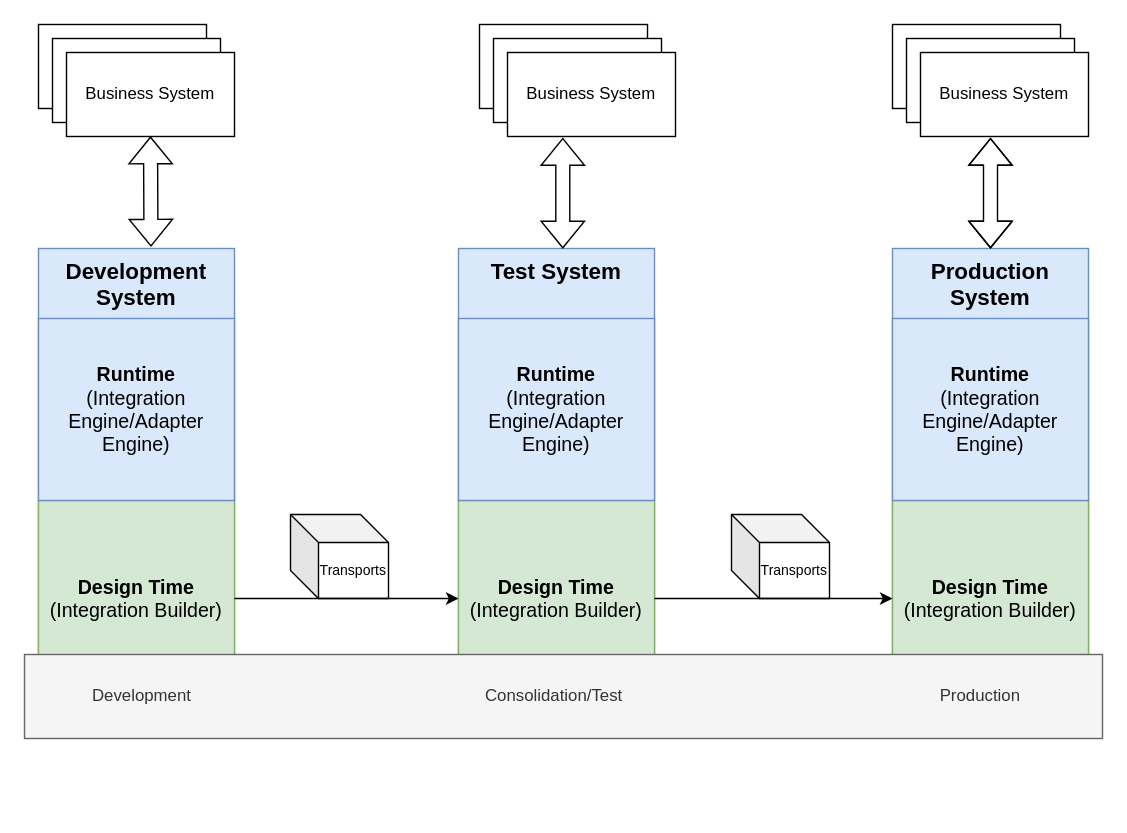
The draw.io diagram PO 3 tier-1.drawio in jklingelhoefer/sap-btp-diagrams, before the edit. Source tidied: cells renumbered, new cells numbered last; positions are measured from the earlier drawing's top-left corner, leaving out a move shared by most shapes. Both pictures are drawn from the tidied source at 140%, with x=0, y=0 at pixel (24, 24).
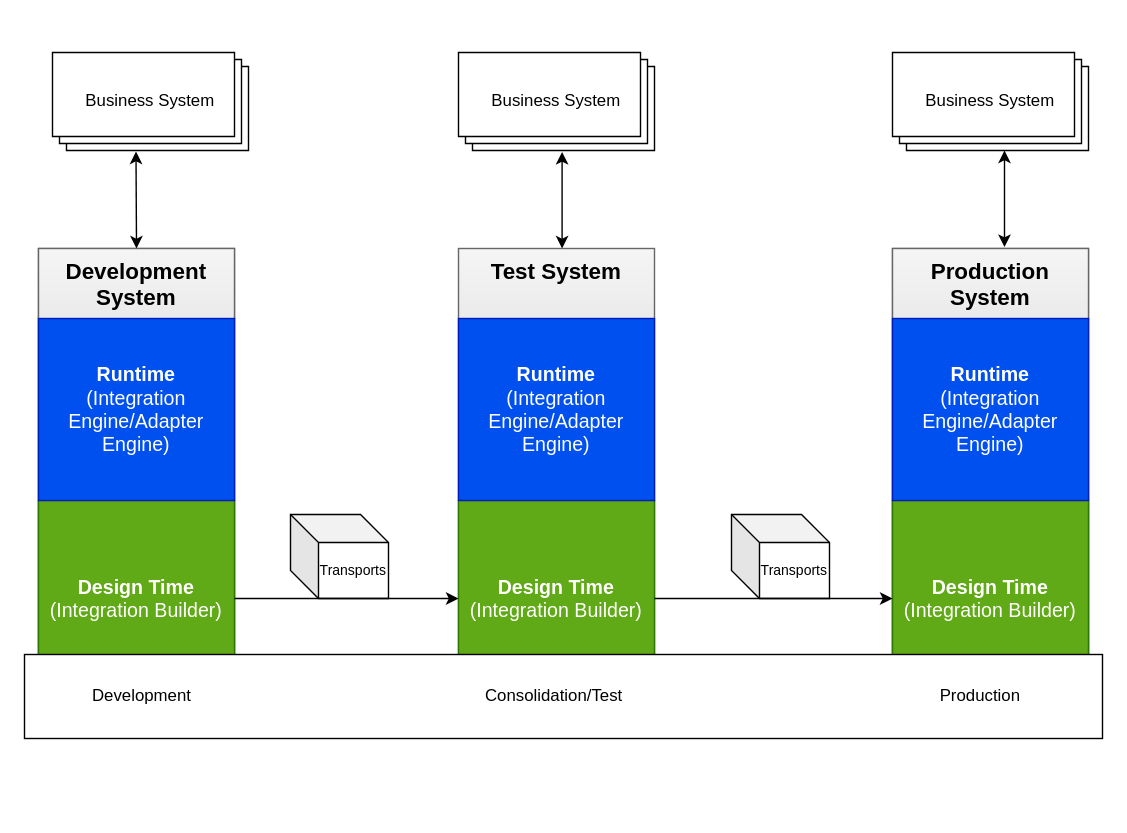
The same page after the edit.

Unchanged cells that the change refers to:
```xml
<mxCell id="2" style="group;" parent="1" vertex="1">
  <mxGeometry width="770" height="560" as="geometry" />
</mxCell>
<mxCell id="7" style="group;" parent="2" vertex="1">
  <mxGeometry x="310" y="160" width="460" height="400" as="geometry" />
</mxCell>
```

The edit, as a diff of the source:
```diff
@@
-    <mxCell id="3" style="group;" parent="2" vertex="1">
+    <mxCell id="3" style="group;fillColor=#f5f5f5;gradientColor=#b3b3b3;strokeColor=#666666;" parent="2" vertex="1">
       <mxGeometry x="620" y="160" width="140" height="320" as="geometry" />
     </mxCell>
-    <mxCell id="4" value="&lt;div style=&quot;&quot;&gt;&lt;font style=&quot;font-size: 16px;&quot;&gt;Production System&lt;/font&gt;&lt;/div&gt;" style="rounded=0;whiteSpace=wrap;html=1;verticalAlign=top;fillColor=#dae8fc;strokeColor=#6c8ebf;fontSize=14;fontStyle=1;" parent="3" vertex="1">
+    <mxCell id="4" value="&lt;div style=&quot;&quot;&gt;&lt;font style=&quot;font-size: 16px;&quot;&gt;Production System&lt;/font&gt;&lt;/div&gt;" style="rounded=0;whiteSpace=wrap;html=1;verticalAlign=top;fillColor=#f5f5f5;strokeColor=#666666;fontSize=14;fontStyle=1;gradientColor=#b3b3b3;" parent="3" vertex="1">
       <mxGeometry width="140" height="320" as="geometry" />
     </mxCell>
-    <mxCell id="5" value="&lt;b&gt;Design Time&lt;/b&gt;&lt;div style=&quot;font-size: 14px;&quot;&gt;(Integration Builder)&lt;/div&gt;" style="rounded=0;whiteSpace=wrap;html=1;fillColor=#d5e8d4;strokeColor=#82b366;fontSize=14;" parent="3" vertex="1">
+    <mxCell id="5" value="&lt;b&gt;Design Time&lt;/b&gt;&lt;div style=&quot;font-size: 14px;&quot;&gt;(Integration Builder)&lt;/div&gt;" style="rounded=0;whiteSpace=wrap;html=1;fillColor=#60a917;strokeColor=#2D7600;fontSize=14;fontColor=#ffffff;" parent="3" vertex="1">
       <mxGeometry y="180" width="140" height="140" as="geometry" />
     </mxCell>
-    <mxCell id="6" value="&lt;font style=&quot;font-size: 14px;&quot;&gt;&lt;b&gt;Runtime&lt;/b&gt;&lt;/font&gt;&lt;div style=&quot;font-size: 14px;&quot;&gt;&lt;font style=&quot;font-size: 14px;&quot;&gt;(Integration Engine/Adapter Engine)&lt;/font&gt;&lt;/div&gt;" style="rounded=0;whiteSpace=wrap;html=1;fillColor=#dae8fc;strokeColor=#6c8ebf;" parent="3" vertex="1">
+    <mxCell id="6" value="&lt;font style=&quot;font-size: 14px;&quot;&gt;&lt;b&gt;Runtime&lt;/b&gt;&lt;/font&gt;&lt;div style=&quot;font-size: 14px;&quot;&gt;&lt;font style=&quot;font-size: 14px;&quot;&gt;(Integration Engine/Adapter Engine)&lt;/font&gt;&lt;/div&gt;" style="rounded=0;whiteSpace=wrap;html=1;fillColor=#0050ef;strokeColor=#001DBC;fontColor=#ffffff;" parent="3" vertex="1">
       <mxGeometry y="50" width="140" height="130" as="geometry" />
     </mxCell>
@@
-    <mxCell id="8" value="&lt;div style=&quot;&quot;&gt;&lt;font style=&quot;font-size: 16px;&quot;&gt;Test System&lt;/font&gt;&lt;/div&gt;" style="rounded=0;whiteSpace=wrap;html=1;verticalAlign=top;fillColor=#dae8fc;strokeColor=#6c8ebf;fontSize=14;fontStyle=1;" parent="7" vertex="1">
+    <mxCell id="8" value="&lt;div style=&quot;&quot;&gt;&lt;font style=&quot;font-size: 16px;&quot;&gt;Test System&lt;/font&gt;&lt;/div&gt;" style="rounded=0;whiteSpace=wrap;html=1;verticalAlign=top;fillColor=#f5f5f5;strokeColor=#666666;fontSize=14;fontStyle=1;gradientColor=#b3b3b3;" parent="7" vertex="1">
       <mxGeometry width="140" height="320" as="geometry" />
     </mxCell>
-    <mxCell id="9" value="&lt;b&gt;Design Time&lt;/b&gt;&lt;div style=&quot;font-size: 14px;&quot;&gt;(Integration Builder)&lt;/div&gt;" style="rounded=0;whiteSpace=wrap;html=1;fillColor=#d5e8d4;strokeColor=#82b366;fontSize=14;" parent="7" vertex="1">
+    <mxCell id="9" value="&lt;b&gt;Design Time&lt;/b&gt;&lt;div style=&quot;font-size: 14px;&quot;&gt;(Integration Builder)&lt;/div&gt;" style="rounded=0;whiteSpace=wrap;html=1;fillColor=#60a917;strokeColor=#2D7600;fontSize=14;fontColor=#ffffff;" parent="7" vertex="1">
       <mxGeometry y="180" width="140" height="140" as="geometry" />
     </mxCell>
-    <mxCell id="10" value="&lt;font style=&quot;font-size: 14px;&quot;&gt;&lt;b&gt;Runtime&lt;/b&gt;&lt;/font&gt;&lt;div style=&quot;font-size: 14px;&quot;&gt;&lt;font style=&quot;font-size: 14px;&quot;&gt;(Integration Engine/Adapter Engine)&lt;/font&gt;&lt;/div&gt;" style="rounded=0;whiteSpace=wrap;html=1;fillColor=#dae8fc;strokeColor=#6c8ebf;" parent="7" vertex="1">
+    <mxCell id="10" value="&lt;font style=&quot;font-size: 14px;&quot;&gt;&lt;b&gt;Runtime&lt;/b&gt;&lt;/font&gt;&lt;div style=&quot;font-size: 14px;&quot;&gt;&lt;font style=&quot;font-size: 14px;&quot;&gt;(Integration Engine/Adapter Engine)&lt;/font&gt;&lt;/div&gt;" style="rounded=0;whiteSpace=wrap;html=1;fillColor=#0050ef;strokeColor=#001DBC;fontColor=#ffffff;" parent="7" vertex="1">
       <mxGeometry y="50" width="140" height="130" as="geometry" />
     </mxCell>
@@
-    <mxCell id="13" style="group;" parent="2" vertex="1">
+    <mxCell id="13" style="group;fillColor=#f5f5f5;strokeColor=#666666;gradientColor=#b3b3b3;" parent="2" vertex="1">
       <mxGeometry x="10" y="160" width="140" height="320" as="geometry" />
     </mxCell>
-    <mxCell id="14" value="&lt;div style=&quot;&quot;&gt;&lt;font style=&quot;font-size: 16px;&quot;&gt;Development System&lt;/font&gt;&lt;/div&gt;" style="rounded=0;whiteSpace=wrap;html=1;verticalAlign=top;fillColor=#dae8fc;strokeColor=#6c8ebf;fontSize=14;fontStyle=1;" parent="13" vertex="1">
+    <mxCell id="14" value="&lt;div style=&quot;&quot;&gt;&lt;font style=&quot;font-size: 16px;&quot;&gt;Development System&lt;/font&gt;&lt;/div&gt;" style="rounded=0;whiteSpace=wrap;html=1;verticalAlign=top;fillColor=#f5f5f5;strokeColor=#666666;fontSize=14;fontStyle=1;gradientColor=#b3b3b3;" parent="13" vertex="1">
       <mxGeometry width="140" height="320" as="geometry" />
     </mxCell>
-    <mxCell id="15" value="&lt;b&gt;Design Time&lt;/b&gt;&lt;div style=&quot;font-size: 14px;&quot;&gt;(Integration Builder)&lt;/div&gt;" style="rounded=0;whiteSpace=wrap;html=1;fillColor=#d5e8d4;strokeColor=#82b366;fontSize=14;" parent="13" vertex="1">
+    <mxCell id="15" value="&lt;b&gt;Design Time&lt;/b&gt;&lt;div style=&quot;font-size: 14px;&quot;&gt;(Integration Builder)&lt;/div&gt;" style="rounded=0;whiteSpace=wrap;html=1;fillColor=#60a917;strokeColor=#2D7600;fontSize=14;fontColor=#ffffff;" parent="13" vertex="1">
       <mxGeometry y="180" width="140" height="140" as="geometry" />
     </mxCell>
-    <mxCell id="16" value="&lt;font style=&quot;font-size: 14px;&quot;&gt;&lt;b&gt;Runtime&lt;/b&gt;&lt;/font&gt;&lt;div style=&quot;font-size: 14px;&quot;&gt;&lt;font style=&quot;font-size: 14px;&quot;&gt;(Integration Engine/Adapter Engine)&lt;/font&gt;&lt;/div&gt;" style="rounded=0;whiteSpace=wrap;html=1;fillColor=#dae8fc;strokeColor=#6c8ebf;" parent="13" vertex="1">
+    <mxCell id="16" value="&lt;font style=&quot;font-size: 14px;&quot;&gt;&lt;b&gt;Runtime&lt;/b&gt;&lt;/font&gt;&lt;div style=&quot;font-size: 14px;&quot;&gt;&lt;font style=&quot;font-size: 14px;&quot;&gt;(Integration Engine/Adapter Engine)&lt;/font&gt;&lt;/div&gt;" style="rounded=0;whiteSpace=wrap;html=1;fillColor=#0050ef;strokeColor=#001DBC;fontColor=#ffffff;" parent="13" vertex="1">
       <mxGeometry y="50" width="140" height="130" as="geometry" />
     </mxCell>
-    <mxCell id="17" value="&amp;nbsp; &amp;nbsp; &amp;nbsp; &amp;nbsp; &amp;nbsp; &amp;nbsp; &amp;nbsp; Development&amp;nbsp; &amp;nbsp; &amp;nbsp; &amp;nbsp; &amp;nbsp; &amp;nbsp; &amp;nbsp; &amp;nbsp; &amp;nbsp; &amp;nbsp; &amp;nbsp; &amp;nbsp; &amp;nbsp; &amp;nbsp; &amp;nbsp; &amp;nbsp; &amp;nbsp; &amp;nbsp; &amp;nbsp; &amp;nbsp; &amp;nbsp; &amp;nbsp; &amp;nbsp; &amp;nbsp; &amp;nbsp; &amp;nbsp; &amp;nbsp; &amp;nbsp; &amp;nbsp; &amp;nbsp; &amp;nbsp; &amp;nbsp;Consolidation/Test&amp;nbsp; &amp;nbsp; &amp;nbsp; &amp;nbsp; &amp;nbsp; &amp;nbsp; &amp;nbsp; &amp;nbsp; &amp;nbsp; &amp;nbsp; &amp;nbsp; &amp;nbsp; &amp;nbsp; &amp;nbsp; &amp;nbsp; &amp;nbsp; &amp;nbsp; &amp;nbsp; &amp;nbsp; &amp;nbsp; &amp;nbsp; &amp;nbsp; &amp;nbsp; &amp;nbsp; &amp;nbsp; &amp;nbsp; &amp;nbsp; &amp;nbsp; &amp;nbsp; &amp;nbsp; &amp;nbsp; &amp;nbsp; &amp;nbsp; &amp;nbsp; Production" style="rounded=0;whiteSpace=wrap;html=1;align=left;fillColor=#f5f5f5;strokeColor=#666666;fontColor=#333333;" parent="2" vertex="1">
+    <mxCell id="17" value="&amp;nbsp; &amp;nbsp; &amp;nbsp; &amp;nbsp; &amp;nbsp; &amp;nbsp; &amp;nbsp; Development&amp;nbsp; &amp;nbsp; &amp;nbsp; &amp;nbsp; &amp;nbsp; &amp;nbsp; &amp;nbsp; &amp;nbsp; &amp;nbsp; &amp;nbsp; &amp;nbsp; &amp;nbsp; &amp;nbsp; &amp;nbsp; &amp;nbsp; &amp;nbsp; &amp;nbsp; &amp;nbsp; &amp;nbsp; &amp;nbsp; &amp;nbsp; &amp;nbsp; &amp;nbsp; &amp;nbsp; &amp;nbsp; &amp;nbsp; &amp;nbsp; &amp;nbsp; &amp;nbsp; &amp;nbsp; &amp;nbsp; &amp;nbsp;Consolidation/Test&amp;nbsp; &amp;nbsp; &amp;nbsp; &amp;nbsp; &amp;nbsp; &amp;nbsp; &amp;nbsp; &amp;nbsp; &amp;nbsp; &amp;nbsp; &amp;nbsp; &amp;nbsp; &amp;nbsp; &amp;nbsp; &amp;nbsp; &amp;nbsp; &amp;nbsp; &amp;nbsp; &amp;nbsp; &amp;nbsp; &amp;nbsp; &amp;nbsp; &amp;nbsp; &amp;nbsp; &amp;nbsp; &amp;nbsp; &amp;nbsp; &amp;nbsp; &amp;nbsp; &amp;nbsp; &amp;nbsp; &amp;nbsp; &amp;nbsp; &amp;nbsp; Production" style="rounded=0;whiteSpace=wrap;html=1;align=left;" parent="2" vertex="1">
       <mxGeometry y="450" width="770" height="60" as="geometry" />
     </mxCell>
-    <mxCell id="18" style="group;" parent="2" vertex="1">
-      <mxGeometry x="620" width="140" height="80" as="geometry" />
-    </mxCell>
-    <mxCell id="19" style="rounded=0;whiteSpace=wrap;html=1;" parent="18" vertex="1">
-      <mxGeometry width="120" height="60" as="geometry" />
-    </mxCell>
-    <mxCell id="20" style="rounded=0;whiteSpace=wrap;html=1;" parent="18" vertex="1">
-      <mxGeometry x="10" y="10" width="120" height="60" as="geometry" />
-    </mxCell>
-    <mxCell id="21" value="Business System" style="rounded=0;whiteSpace=wrap;html=1;" parent="18" vertex="1">
-      <mxGeometry x="20" y="20" width="120" height="60" as="geometry" />
-    </mxCell>
-    <mxCell id="22" style="group;" parent="2" vertex="1">
-      <mxGeometry x="10" width="140" height="80" as="geometry" />
-    </mxCell>
-    <mxCell id="23" style="rounded=0;whiteSpace=wrap;html=1;" parent="22" vertex="1">
-      <mxGeometry width="120" height="60" as="geometry" />
-    </mxCell>
-    <mxCell id="24" style="rounded=0;whiteSpace=wrap;html=1;" parent="22" vertex="1">
-      <mxGeometry x="10" y="10" width="120" height="60" as="geometry" />
-    </mxCell>
-    <mxCell id="25" value="Business System" style="rounded=0;whiteSpace=wrap;html=1;" parent="22" vertex="1">
-      <mxGeometry x="20" y="20" width="120" height="60" as="geometry" />
-    </mxCell>
-    <mxCell id="26" style="group;" parent="2" vertex="1">
-      <mxGeometry x="325" width="140" height="80" as="geometry" />
-    </mxCell>
-    <mxCell id="27" style="rounded=0;whiteSpace=wrap;html=1;" parent="26" vertex="1">
-      <mxGeometry width="120" height="60" as="geometry" />
-    </mxCell>
-    <mxCell id="28" style="rounded=0;whiteSpace=wrap;html=1;" parent="26" vertex="1">
-      <mxGeometry x="10" y="10" width="120" height="60" as="geometry" />
-    </mxCell>
-    <mxCell id="29" value="Business System" style="rounded=0;whiteSpace=wrap;html=1;" parent="26" vertex="1">
-      <mxGeometry x="20" y="20" width="120" height="60" as="geometry" />
-    </mxCell>
@@
-    <mxCell id="32" style="shape=flexArrow;endArrow=classic;startArrow=classic;html=1;rounded=0;exitX=0.574;exitY=-0.004;exitDx=0;exitDy=0;exitPerimeter=0;" parent="2" edge="1" source="14">
-      <mxGeometry relative="1" as="geometry">
-        <mxPoint x="90" y="80" as="targetPoint" />
-      </mxGeometry>
-    </mxCell>
-    <mxCell id="33" style="shape=flexArrow;endArrow=classic;startArrow=classic;html=1;rounded=0;exitX=0.574;exitY=-0.004;exitDx=0;exitDy=0;exitPerimeter=0;" parent="2" edge="1">
-      <mxGeometry relative="1" as="geometry">
-        <mxPoint x="384.5" y="160" as="sourcePoint" />
-        <mxPoint x="384.5" y="81" as="targetPoint" />
-      </mxGeometry>
-    </mxCell>
-    <mxCell id="34" style="shape=flexArrow;endArrow=classic;startArrow=classic;html=1;rounded=0;exitX=0.574;exitY=-0.004;exitDx=0;exitDy=0;exitPerimeter=0;" parent="2" edge="1">
-      <mxGeometry relative="1" as="geometry">
-        <mxPoint x="690" y="160" as="sourcePoint" />
-        <mxPoint x="690" y="81" as="targetPoint" />
-        <Array as="points">
-          <mxPoint x="690" y="121" />
-        </Array>
-      </mxGeometry>
-    </mxCell>
+    <mxCell id="35" style="group;" parent="2" vertex="1">
+      <mxGeometry x="20" y="20" width="140" height="70" as="geometry" />
+    </mxCell>
+    <mxCell id="36" value="Business System" style="verticalLabelPosition=middle;verticalAlign=middle;html=1;shape=mxgraph.basic.layered_rect;dx=10;outlineConnect=0;whiteSpace=wrap;labelPosition=center;align=center;" parent="35" vertex="1">
+      <mxGeometry width="140" height="70" as="geometry" />
+    </mxCell>
+    <mxCell id="37" style="endArrow=classic;startArrow=classic;html=1;rounded=0;exitX=0.5;exitY=0;exitDx=0;exitDy=0;entryX=0.426;entryY=1.011;entryDx=0;entryDy=0;entryPerimeter=0;" parent="35" edge="1" source="14" target="36">
+      <mxGeometry relative="1" as="geometry" />
+    </mxCell>
+    <mxCell id="38" value="Business System" style="verticalLabelPosition=middle;verticalAlign=middle;html=1;shape=mxgraph.basic.layered_rect;dx=10;whiteSpace=wrap;labelPosition=center;align=center;" parent="2" vertex="1">
+      <mxGeometry x="310" y="20" width="140" height="70" as="geometry" />
+    </mxCell>
+    <mxCell id="39" value="Business System" style="verticalLabelPosition=middle;verticalAlign=middle;html=1;shape=mxgraph.basic.layered_rect;dx=10;whiteSpace=wrap;labelPosition=center;align=center;" parent="2" vertex="1">
+      <mxGeometry x="620" y="20" width="140" height="70" as="geometry" />
+    </mxCell>
+    <mxCell id="40" style="endArrow=classic;startArrow=classic;html=1;rounded=0;exitX=0.5;exitY=0;exitDx=0;exitDy=0;entryX=0.426;entryY=1.011;entryDx=0;entryDy=0;entryPerimeter=0;" parent="2" edge="1">
+      <mxGeometry relative="1" as="geometry">
+        <mxPoint x="384" y="160" as="sourcePoint" />
+        <mxPoint x="384" y="91" as="targetPoint" />
+      </mxGeometry>
+    </mxCell>
+    <mxCell id="41" style="endArrow=classic;startArrow=classic;html=1;rounded=0;exitX=0.5;exitY=0;exitDx=0;exitDy=0;entryX=0.426;entryY=1.011;entryDx=0;entryDy=0;entryPerimeter=0;" parent="2" edge="1">
+      <mxGeometry relative="1" as="geometry">
+        <mxPoint x="700" y="159" as="sourcePoint" />
+        <mxPoint x="700" y="90" as="targetPoint" />
+      </mxGeometry>
+    </mxCell>
```
